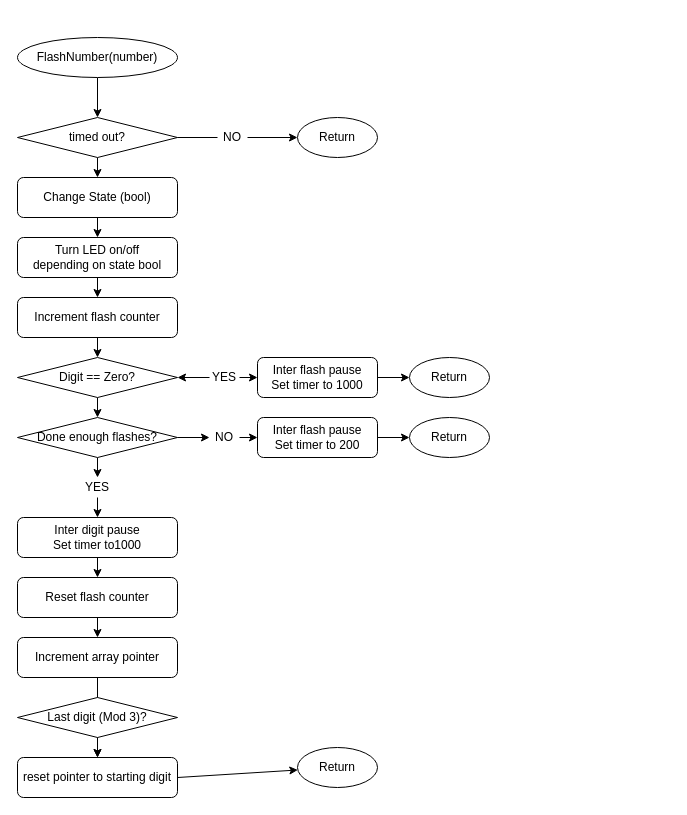
This is include/FlashNumber.drawio from RichardLangner/SimpleTimer, a draw.io file, before an edit. Source tidied: cells renumbered, new cells numbered last; positions are measured from the earlier drawing's top-left corner, leaving out a move shared by most shapes. Both pictures are drawn from the tidied source at 100%, with x=0, y=0 at pixel (17, 37).
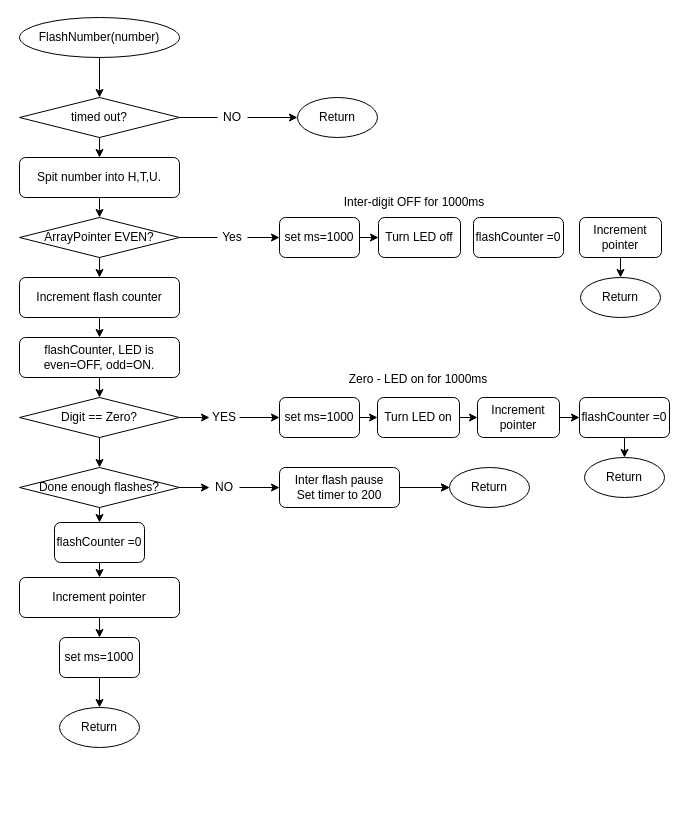
After the change.

Commit message (it also covers changes not shown here):
WIP to get flashes right

The edit, as a diff of the source:
```diff
@@
-    <mxCell id="2" style="edgeStyle=none;html=1;" parent="1" edge="1" source="3" target="12">
-      <mxGeometry relative="1" as="geometry" />
-    </mxCell>
-    <mxCell id="3" value="Change State (bool)" style="rounded=1;whiteSpace=wrap;html=1;" parent="1" vertex="1">
-      <mxGeometry y="140" width="160" height="40" as="geometry" />
-    </mxCell>
-    <mxCell id="4" style="edgeStyle=none;html=1;startArrow=none;" parent="1" edge="1" source="23" target="20">
-      <mxGeometry relative="1" as="geometry" />
+    <mxCell id="4" style="edgeStyle=none;html=1;startArrow=none;" parent="1" edge="1">
+      <mxGeometry relative="1" as="geometry">
+        <mxPoint x="74" y="620" as="sourcePoint" />
+        <mxPoint x="74" y="620" as="targetPoint" />
+      </mxGeometry>
     </mxCell>
-    <mxCell id="5" style="edgeStyle=none;html=1;" parent="1" edge="1" source="7" target="23">
-      <mxGeometry relative="1" as="geometry" />
-    </mxCell>
@@
+    <mxCell id="45" style="edgeStyle=none;html=1;entryX=0.5;entryY=0;entryDx=0;entryDy=0;" parent="1" edge="1" source="7" target="80">
+      <mxGeometry relative="1" as="geometry" />
+    </mxCell>
     <mxCell id="7" value="Done enough flashes?" style="rhombus;whiteSpace=wrap;html=1;" parent="1" vertex="1">
-      <mxGeometry y="380" width="160" height="40" as="geometry" />
+      <mxGeometry x="2" y="430" width="160" height="40" as="geometry" />
     </mxCell>
@@
-    <mxCell id="9" style="edgeStyle=none;html=1;" parent="1" edge="1" source="10" target="3">
-      <mxGeometry relative="1" as="geometry" />
-    </mxCell>
+    <mxCell id="46" style="edgeStyle=none;html=1;" parent="1" edge="1" source="10" target="53">
+      <mxGeometry relative="1" as="geometry" />
+    </mxCell>
     <mxCell id="10" value="timed out?" style="rhombus;whiteSpace=wrap;html=1;" parent="1" vertex="1">
-      <mxGeometry y="80" width="160" height="40" as="geometry" />
+      <mxGeometry x="2" y="60" width="160" height="40" as="geometry" />
     </mxCell>
-    <mxCell id="11" style="edgeStyle=none;html=1;" parent="1" edge="1" source="12" target="17">
-      <mxGeometry relative="1" as="geometry" />
-    </mxCell>
+    <mxCell id="47" style="edgeStyle=none;html=1;entryX=0.5;entryY=0;entryDx=0;entryDy=0;" parent="1" edge="1" source="12" target="43">
+      <mxGeometry relative="1" as="geometry" />
+    </mxCell>
-    <mxCell id="12" value="Turn LED on/off&lt;br&gt;depending on state bool" style="rounded=1;whiteSpace=wrap;html=1;" parent="1" vertex="1">
-      <mxGeometry y="200" width="160" height="40" as="geometry" />
+    <mxCell id="12" value="flashCounter, LED is&lt;br&gt;even=OFF, odd=ON." style="rounded=1;whiteSpace=wrap;html=1;" parent="1" vertex="1">
+      <mxGeometry x="2" y="300" width="160" height="40" as="geometry" />
     </mxCell>
@@
     <mxCell id="14" value="FlashNumber(number)" style="ellipse;whiteSpace=wrap;html=1;" parent="1" vertex="1">
-      <mxGeometry width="160" height="40" as="geometry" />
+      <mxGeometry x="2" y="-20" width="160" height="40" as="geometry" />
     </mxCell>
     <mxCell id="15" value="Return" style="ellipse;whiteSpace=wrap;html=1;" parent="1" vertex="1">
-      <mxGeometry x="280" y="80" width="80" height="40" as="geometry" />
+      <mxGeometry x="280" y="60" width="80" height="40" as="geometry" />
     </mxCell>
-    <mxCell id="16" style="edgeStyle=none;html=1;" parent="1" edge="1" source="17" target="43">
-      <mxGeometry relative="1" as="geometry" />
-    </mxCell>
+    <mxCell id="48" style="edgeStyle=none;html=1;entryX=0.5;entryY=0;entryDx=0;entryDy=0;" parent="1" edge="1" source="17" target="12">
+      <mxGeometry relative="1" as="geometry" />
+    </mxCell>
     <mxCell id="17" value="Increment flash counter" style="rounded=1;whiteSpace=wrap;html=1;" parent="1" vertex="1">
-      <mxGeometry y="260" width="160" height="40" as="geometry" />
+      <mxGeometry x="2" y="240" width="160" height="40" as="geometry" />
     </mxCell>
-    <mxCell id="18" style="edgeStyle=none;html=1;exitX=1;exitY=0.5;exitDx=0;exitDy=0;" parent="1" edge="1" source="39" target="24">
-      <mxGeometry relative="1" as="geometry" />
-    </mxCell>
-    <mxCell id="19" style="edgeStyle=none;html=1;" parent="1" edge="1" source="20" target="31">
-      <mxGeometry relative="1" as="geometry" />
-    </mxCell>
-    <mxCell id="20" value="Inter digit pause&lt;br&gt;Set timer to1000" style="rounded=1;whiteSpace=wrap;html=1;" parent="1" vertex="1">
-      <mxGeometry y="480" width="160" height="40" as="geometry" />
-    </mxCell>
@@
     <mxCell id="22" value="NO" style="text;strokeColor=none;align=center;fillColor=none;html=1;verticalAlign=middle;whiteSpace=wrap;rounded=0;" parent="1" vertex="1">
-      <mxGeometry x="200" y="85" width="30" height="30" as="geometry" />
+      <mxGeometry x="200" y="65" width="30" height="30" as="geometry" />
     </mxCell>
-    <mxCell id="23" value="YES" style="text;strokeColor=none;align=center;fillColor=none;html=1;verticalAlign=middle;whiteSpace=wrap;rounded=0;" parent="1" vertex="1">
-      <mxGeometry x="65" y="440" width="30" height="20" as="geometry" />
-    </mxCell>
-    <mxCell id="24" value="Return" style="ellipse;whiteSpace=wrap;html=1;" parent="1" vertex="1">
-      <mxGeometry x="280" y="710" width="80" height="40" as="geometry" />
-    </mxCell>
-    <mxCell id="25" style="edgeStyle=none;html=1;" parent="1" edge="1" source="26" target="27">
+    <mxCell id="25" style="edgeStyle=none;html=1;startArrow=none;" parent="1" edge="1" source="26" target="27">
       <mxGeometry relative="1" as="geometry" />
     </mxCell>
-    <mxCell id="26" value="Inter flash pause&lt;br&gt;Set timer to 200" style="rounded=1;whiteSpace=wrap;html=1;" parent="1" vertex="1">
-      <mxGeometry x="240" y="380" width="120" height="40" as="geometry" />
-    </mxCell>
+    <mxCell id="49" style="edgeStyle=none;html=1;" parent="1" edge="1" source="26" target="27">
+      <mxGeometry relative="1" as="geometry" />
+    </mxCell>
     <mxCell id="27" value="Return" style="ellipse;whiteSpace=wrap;html=1;" parent="1" vertex="1">
-      <mxGeometry x="392" y="380" width="80" height="40" as="geometry" />
+      <mxGeometry x="432" y="430" width="80" height="40" as="geometry" />
     </mxCell>
@@
     <mxCell id="29" value="NO" style="text;strokeColor=none;align=center;fillColor=none;html=1;verticalAlign=middle;whiteSpace=wrap;rounded=0;" parent="1" vertex="1">
-      <mxGeometry x="192" y="390" width="30" height="20" as="geometry" />
+      <mxGeometry x="192" y="440" width="30" height="20" as="geometry" />
     </mxCell>
-    <mxCell id="30" style="edgeStyle=none;html=1;" parent="1" edge="1" source="31" target="33">
-      <mxGeometry relative="1" as="geometry" />
-    </mxCell>
-    <mxCell id="31" value="Reset flash counter" style="rounded=1;whiteSpace=wrap;html=1;" parent="1" vertex="1">
-      <mxGeometry y="540" width="160" height="40" as="geometry" />
-    </mxCell>
-    <mxCell id="32" style="edgeStyle=none;html=1;" parent="1" edge="1" source="33" target="39">
-      <mxGeometry relative="1" as="geometry" />
-    </mxCell>
-    <mxCell id="33" value="Increment array pointer" style="rounded=1;whiteSpace=wrap;html=1;" parent="1" vertex="1">
-      <mxGeometry y="600" width="160" height="40" as="geometry" />
-    </mxCell>
-    <mxCell id="34" style="edgeStyle=none;html=1;" parent="1" edge="1" source="35" target="36">
-      <mxGeometry relative="1" as="geometry" />
-    </mxCell>
-    <mxCell id="35" value="Inter flash pause&lt;br&gt;Set timer to 1000" style="rounded=1;whiteSpace=wrap;html=1;" parent="1" vertex="1">
-      <mxGeometry x="240" y="320" width="120" height="40" as="geometry" />
-    </mxCell>
     <mxCell id="36" value="Return" style="ellipse;whiteSpace=wrap;html=1;" parent="1" vertex="1">
-      <mxGeometry x="392" y="320" width="80" height="40" as="geometry" />
+      <mxGeometry x="567" y="420" width="80" height="40" as="geometry" />
     </mxCell>
-    <mxCell id="37" style="edgeStyle=none;html=1;entryX=0;entryY=0.5;entryDx=0;entryDy=0;exitX=1;exitY=0.5;exitDx=0;exitDy=0;" parent="1" edge="1" source="44" target="35">
-      <mxGeometry relative="1" as="geometry" />
-    </mxCell>
-    <mxCell id="38" style="edgeStyle=none;html=1;exitX=0;exitY=0.5;exitDx=0;exitDy=0;entryX=1;entryY=0.5;entryDx=0;entryDy=0;" parent="1" edge="1" source="44" target="43">
-      <mxGeometry relative="1" as="geometry" />
-    </mxCell>
-    <mxCell id="39" value="reset pointer to starting digit" style="rounded=1;whiteSpace=wrap;html=1;" parent="1" vertex="1">
-      <mxGeometry y="720" width="160" height="40" as="geometry" />
-    </mxCell>
-    <mxCell id="40" style="edgeStyle=none;html=1;" parent="1" edge="1" source="41" target="39">
-      <mxGeometry relative="1" as="geometry" />
-    </mxCell>
-    <mxCell id="41" value="Last digit (Mod 3)?" style="rhombus;whiteSpace=wrap;html=1;" parent="1" vertex="1">
-      <mxGeometry y="660" width="160" height="40" as="geometry" />
-    </mxCell>
+    <mxCell id="50" style="edgeStyle=none;html=1;" parent="1" edge="1" source="43" target="44">
+      <mxGeometry relative="1" as="geometry" />
+    </mxCell>
@@
     <mxCell id="43" value="Digit == Zero?" style="rhombus;whiteSpace=wrap;html=1;" parent="1" vertex="1">
-      <mxGeometry y="320" width="160" height="40" as="geometry" />
+      <mxGeometry x="2" y="360" width="160" height="40" as="geometry" />
     </mxCell>
+    <mxCell id="51" style="edgeStyle=none;html=1;entryX=0;entryY=0.5;entryDx=0;entryDy=0;" parent="1" edge="1" source="44" target="67">
+      <mxGeometry relative="1" as="geometry" />
+    </mxCell>
     <mxCell id="44" value="YES" style="text;strokeColor=none;align=center;fillColor=none;html=1;verticalAlign=middle;whiteSpace=wrap;rounded=0;" parent="1" vertex="1">
-      <mxGeometry x="192" y="330" width="30" height="20" as="geometry" />
+      <mxGeometry x="192" y="370" width="30" height="20" as="geometry" />
     </mxCell>
+    <mxCell id="52" style="edgeStyle=none;html=1;" parent="1" edge="1" source="53" target="56">
+      <mxGeometry relative="1" as="geometry" />
+    </mxCell>
+    <mxCell id="53" value="Spit number into H,T,U." style="rounded=1;whiteSpace=wrap;html=1;" parent="1" vertex="1">
+      <mxGeometry x="2" y="120" width="160" height="40" as="geometry" />
+    </mxCell>
+    <mxCell id="54" style="edgeStyle=none;html=1;startArrow=none;" parent="1" edge="1" source="63" target="58">
+      <mxGeometry relative="1" as="geometry" />
+    </mxCell>
+    <mxCell id="55" style="edgeStyle=none;html=1;entryX=0.5;entryY=0;entryDx=0;entryDy=0;" parent="1" edge="1" source="56" target="17">
+      <mxGeometry relative="1" as="geometry" />
+    </mxCell>
+    <mxCell id="56" value="ArrayPointer EVEN?" style="rhombus;whiteSpace=wrap;html=1;" parent="1" vertex="1">
+      <mxGeometry x="2" y="180" width="160" height="40" as="geometry" />
+    </mxCell>
+    <mxCell id="57" style="edgeStyle=none;html=1;" parent="1" edge="1" source="58" target="59">
+      <mxGeometry relative="1" as="geometry" />
+    </mxCell>
+    <mxCell id="58" value="set ms=1000" style="rounded=1;whiteSpace=wrap;html=1;" parent="1" vertex="1">
+      <mxGeometry x="262" y="180" width="80" height="40" as="geometry" />
+    </mxCell>
+    <mxCell id="59" value="Turn LED off" style="rounded=1;whiteSpace=wrap;html=1;" parent="1" vertex="1">
+      <mxGeometry x="361" y="180" width="82" height="40" as="geometry" />
+    </mxCell>
+    <mxCell id="60" value="Return" style="ellipse;whiteSpace=wrap;html=1;" parent="1" vertex="1">
+      <mxGeometry x="563" y="240" width="80" height="40" as="geometry" />
+    </mxCell>
+    <mxCell id="61" value="Inter-digit OFF for 1000ms" style="text;strokeColor=none;align=center;fillColor=none;html=1;verticalAlign=middle;whiteSpace=wrap;rounded=0;" parent="1" vertex="1">
+      <mxGeometry x="282" y="150" width="230" height="30" as="geometry" />
+    </mxCell>
+    <mxCell id="62" style="edgeStyle=none;html=1;endArrow=none;" parent="1" edge="1" source="56" target="63">
+      <mxGeometry relative="1" as="geometry" />
+    </mxCell>
+    <mxCell id="63" value="Yes" style="text;strokeColor=none;align=center;fillColor=none;html=1;verticalAlign=middle;whiteSpace=wrap;rounded=0;" parent="1" vertex="1">
+      <mxGeometry x="200" y="195" width="30" height="10" as="geometry" />
+    </mxCell>
+    <mxCell id="64" style="edgeStyle=none;html=1;" parent="1" edge="1" source="65" target="60">
+      <mxGeometry relative="1" as="geometry" />
+    </mxCell>
+    <mxCell id="65" value="Increment pointer" style="rounded=1;whiteSpace=wrap;html=1;" parent="1" vertex="1">
+      <mxGeometry x="562" y="180" width="82" height="40" as="geometry" />
+    </mxCell>
+    <mxCell id="66" style="edgeStyle=none;html=1;" parent="1" edge="1" source="67" target="69">
+      <mxGeometry relative="1" as="geometry" />
+    </mxCell>
+    <mxCell id="67" value="set ms=1000" style="rounded=1;whiteSpace=wrap;html=1;" parent="1" vertex="1">
+      <mxGeometry x="262" y="360" width="80" height="40" as="geometry" />
+    </mxCell>
+    <mxCell id="68" style="edgeStyle=none;html=1;entryX=0;entryY=0.5;entryDx=0;entryDy=0;" parent="1" edge="1" source="69" target="73">
+      <mxGeometry relative="1" as="geometry" />
+    </mxCell>
+    <mxCell id="69" value="Turn LED on" style="rounded=1;whiteSpace=wrap;html=1;" parent="1" vertex="1">
+      <mxGeometry x="360" y="360" width="82" height="40" as="geometry" />
+    </mxCell>
+    <mxCell id="70" value="Zero - LED on for 1000ms" style="text;strokeColor=none;align=center;fillColor=none;html=1;verticalAlign=middle;whiteSpace=wrap;rounded=0;" parent="1" vertex="1">
+      <mxGeometry x="321" y="327" width="160" height="30" as="geometry" />
+    </mxCell>
+    <mxCell id="71" style="edgeStyle=none;html=1;entryX=0.5;entryY=0;entryDx=0;entryDy=0;exitX=0.5;exitY=1;exitDx=0;exitDy=0;" parent="1" edge="1" source="74" target="36">
+      <mxGeometry relative="1" as="geometry" />
+    </mxCell>
+    <mxCell id="72" style="edgeStyle=none;html=1;" parent="1" edge="1" source="73" target="74">
+      <mxGeometry relative="1" as="geometry" />
+    </mxCell>
+    <mxCell id="73" value="Increment pointer" style="rounded=1;whiteSpace=wrap;html=1;" parent="1" vertex="1">
+      <mxGeometry x="460" y="360" width="82" height="40" as="geometry" />
+    </mxCell>
+    <mxCell id="74" value="flashCounter =0" style="rounded=1;whiteSpace=wrap;html=1;" parent="1" vertex="1">
+      <mxGeometry x="562" y="360" width="90" height="40" as="geometry" />
+    </mxCell>
+    <mxCell id="75" style="edgeStyle=none;html=1;endArrow=none;" parent="1" edge="1" target="26">
+      <mxGeometry relative="1" as="geometry">
+        <mxPoint x="360" y="450" as="sourcePoint" />
+      </mxGeometry>
+    </mxCell>
+    <mxCell id="26" value="Inter flash pause&lt;br&gt;Set timer to 200" style="rounded=1;whiteSpace=wrap;html=1;" parent="1" vertex="1">
+      <mxGeometry x="262" y="430" width="120" height="40" as="geometry" />
+    </mxCell>
+    <mxCell id="76" style="edgeStyle=none;html=1;entryX=0.5;entryY=0;entryDx=0;entryDy=0;" parent="1" edge="1" source="77" target="83">
+      <mxGeometry relative="1" as="geometry" />
+    </mxCell>
+    <mxCell id="77" value="Increment pointer" style="rounded=1;whiteSpace=wrap;html=1;" parent="1" vertex="1">
+      <mxGeometry x="2" y="540" width="160" height="40" as="geometry" />
+    </mxCell>
+    <mxCell id="78" value="Return" style="ellipse;whiteSpace=wrap;html=1;" parent="1" vertex="1">
+      <mxGeometry x="42" y="670" width="80" height="40" as="geometry" />
+    </mxCell>
+    <mxCell id="79" style="edgeStyle=none;html=1;entryX=0.5;entryY=0;entryDx=0;entryDy=0;" parent="1" edge="1" source="80" target="77">
+      <mxGeometry relative="1" as="geometry" />
+    </mxCell>
+    <mxCell id="80" value="flashCounter =0" style="rounded=1;whiteSpace=wrap;html=1;" parent="1" vertex="1">
+      <mxGeometry x="37" y="485" width="90" height="40" as="geometry" />
+    </mxCell>
+    <mxCell id="81" value="flashCounter =0" style="rounded=1;whiteSpace=wrap;html=1;" parent="1" vertex="1">
+      <mxGeometry x="456" y="180" width="90" height="40" as="geometry" />
+    </mxCell>
+    <mxCell id="82" style="edgeStyle=none;html=1;entryX=0.5;entryY=0;entryDx=0;entryDy=0;" parent="1" edge="1" source="83" target="78">
+      <mxGeometry relative="1" as="geometry" />
+    </mxCell>
+    <mxCell id="83" value="set ms=1000" style="rounded=1;whiteSpace=wrap;html=1;" parent="1" vertex="1">
+      <mxGeometry x="42" y="600" width="80" height="40" as="geometry" />
+    </mxCell>
```
